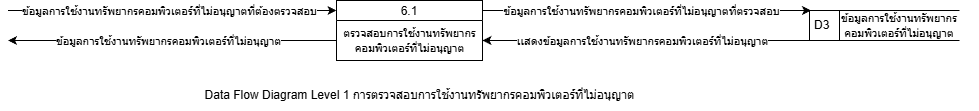
Above: drawio/system_diagram/png/DFDL1_6.png in PatcharaphonKoosomsarp/FACE-EXAM (draw.io), before the change. Source tidied: cells renumbered, new cells last; positions are measured from the earlier drawing's top-left corner, leaving out a move shared by most shapes.
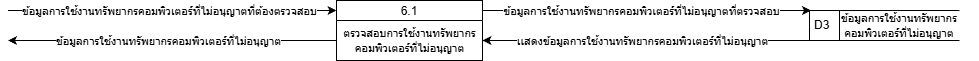
The same file after the commit.

Diff of the diagram source:
```diff
@@ -8,9 +8,6 @@
     <mxCell id="3" value="&lt;span style=&quot;color: rgb(0, 0, 0); font-size: 11px; background-color: rgb(255, 255, 255);&quot;&gt;ตรวจสอบการใช้งานทรัพยากร&lt;/span&gt;&lt;div&gt;&lt;span style=&quot;color: rgb(0, 0, 0); font-size: 11px; background-color: rgb(255, 255, 255);&quot;&gt;คอมพิวเตอร์ที่ไม่อนุญาต&lt;/span&gt;&lt;/div&gt;" style="text;html=1;align=center;verticalAlign=middle;strokeColor=none;fillColor=none;" parent="2" vertex="1">
       <mxGeometry y="20" width="146" height="40" as="geometry" />
     </mxCell>
-    <mxCell id="4" value="Data Flow Diagram Level 1 การตรวจสอบการใช้งานทรัพยากรคอมพิวเตอร์ที่ไม่อนุญาต" style="text;html=1;align=center;verticalAlign=middle;strokeColor=none;fillColor=none;" parent="1" vertex="1">
-      <mxGeometry x="187" y="80" width="450" height="30" as="geometry" />
-    </mxCell>
     <mxCell id="5" style="endArrow=classic;html=1;" parent="1" edge="1">
       <mxGeometry relative="1" as="geometry">
         <mxPoint x="0.5" y="10" as="sourcePoint" />
```
